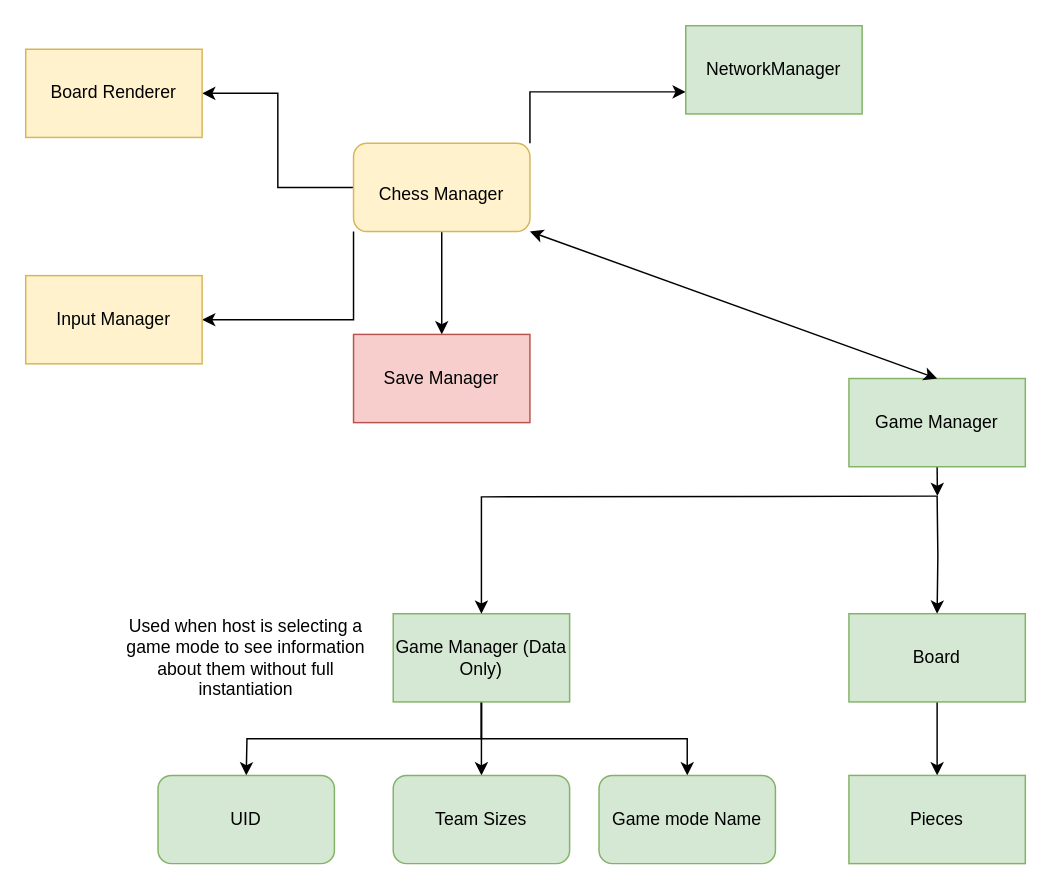
Above: page "Game Manager" (3 of 5) of Plan Diagram (draw.io).drawio in Robert-M-Lucas/NEA (draw.io), before the change. Source tidied: cells renumbered, new cells numbered last; positions are measured from the earlier drawing's top-left corner, leaving out a move shared by most shapes. Both pictures are drawn from the tidied source at 147%, with x=0, y=0 at pixel (25, 25).
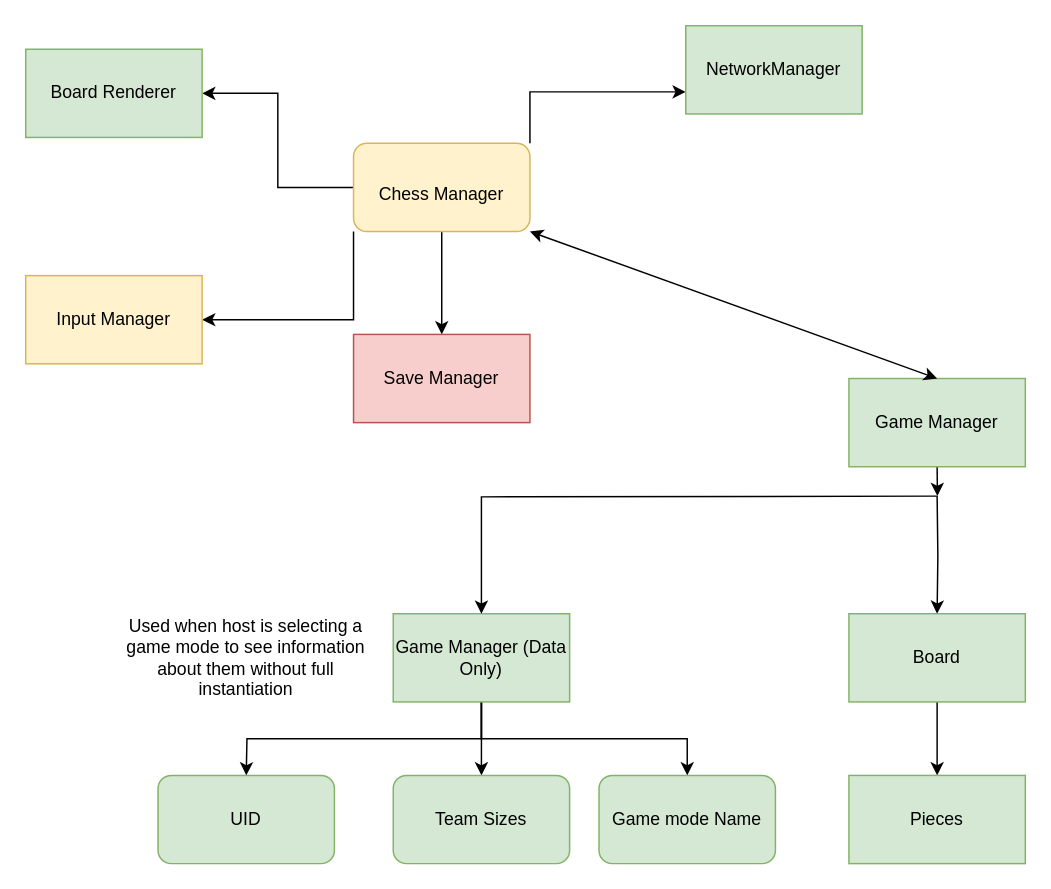
After the change.

The edit, as a diff of the source:
```diff
@@
-    <mxCell id="24" value="Board Renderer" style="rounded=0;whiteSpace=wrap;html=1;fontSize=12;fillColor=#fff2cc;strokeColor=#d6b656;" parent="1" vertex="1">
+    <mxCell id="24" value="Board Renderer" style="rounded=0;whiteSpace=wrap;html=1;fontSize=12;fillColor=#d5e8d4;strokeColor=#82b366;" parent="1" vertex="1">
       <mxGeometry y="16" width="120" height="60" as="geometry" />
     </mxCell>
```
